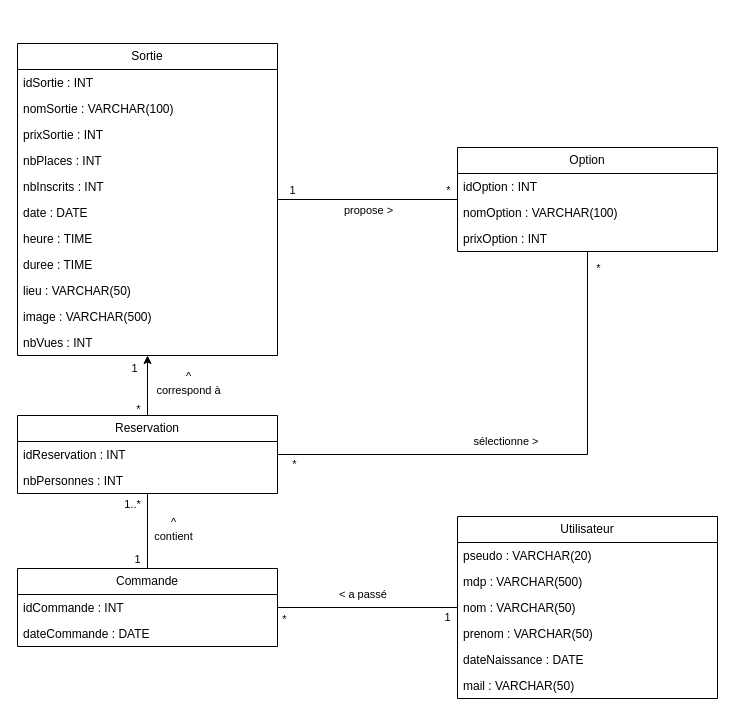
The draw.io diagram doc/baseDeDonnees/Schema_BDD_MySQL.drawio in Garcia-Christophe/TourGo, before the edit. Source tidied: cells renumbered, new cells numbered last; positions are measured from the earlier drawing's top-left corner, leaving out a move shared by most shapes. Both pictures are drawn from the tidied source at 100%, with x=0, y=0 at pixel (17, 43).
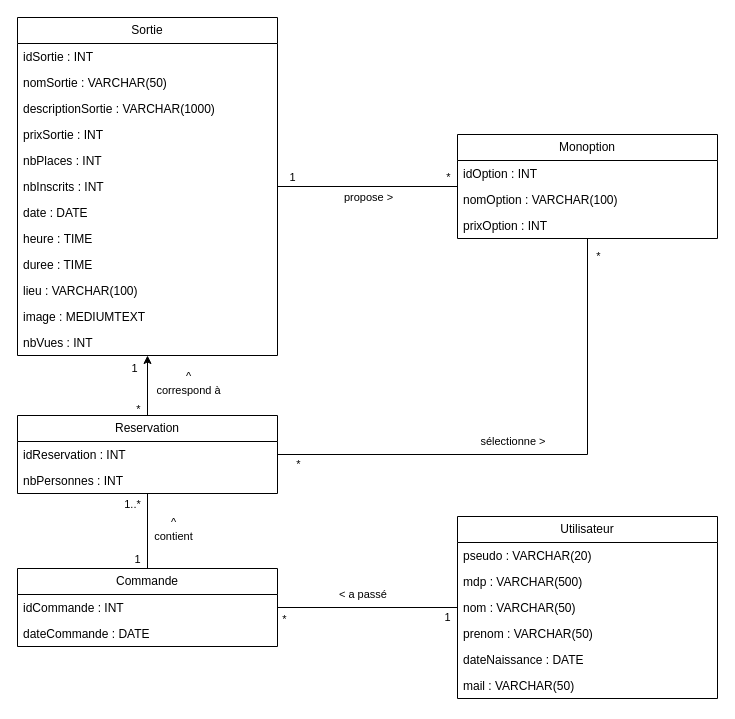
The same page after the edit.

What changed in the source:
```diff
@@
     <mxCell id="6" value="Sortie" style="swimlane;fontStyle=0;horizontal=1;startSize=26;fillColor=none;whiteSpace=wrap;html=1;" parent="1" vertex="1">
-      <mxGeometry width="260" height="312" as="geometry" />
+      <mxGeometry y="-26" width="260" height="338" as="geometry" />
     </mxCell>
@@
+    <mxCell id="51" value="nomSortie : VARCHAR(50)" style="text;strokeColor=none;fillColor=none;align=left;verticalAlign=top;spacingLeft=4;spacingRight=4;overflow=hidden;whiteSpace=wrap;html=1;" parent="6" vertex="1">
+      <mxGeometry y="52" width="260" height="26" as="geometry" />
+    </mxCell>
-    <mxCell id="8" value="nomSortie : VARCHAR(100)" style="text;strokeColor=none;fillColor=none;align=left;verticalAlign=top;spacingLeft=4;spacingRight=4;overflow=hidden;whiteSpace=wrap;html=1;" parent="6" vertex="1">
-      <mxGeometry y="52" width="260" height="26" as="geometry" />
+    <mxCell id="8" value="descriptionSortie : VARCHAR(1000)" style="text;strokeColor=none;fillColor=none;align=left;verticalAlign=top;spacingLeft=4;spacingRight=4;overflow=hidden;whiteSpace=wrap;html=1;" parent="6" vertex="1">
+      <mxGeometry y="78" width="260" height="26" as="geometry" />
     </mxCell>
     <mxCell id="9" value="prixSortie : INT" style="text;strokeColor=none;fillColor=none;align=left;verticalAlign=top;spacingLeft=4;spacingRight=4;overflow=hidden;whiteSpace=wrap;html=1;" parent="6" vertex="1">
-      <mxGeometry y="78" width="260" height="26" as="geometry" />
+      <mxGeometry y="104" width="260" height="26" as="geometry" />
     </mxCell>
     <mxCell id="10" value="nbPlaces : INT" style="text;strokeColor=none;fillColor=none;align=left;verticalAlign=top;spacingLeft=4;spacingRight=4;overflow=hidden;whiteSpace=wrap;html=1;" parent="6" vertex="1">
-      <mxGeometry y="104" width="260" height="26" as="geometry" />
+      <mxGeometry y="130" width="260" height="26" as="geometry" />
     </mxCell>
     <mxCell id="11" value="nbInscrits : INT" style="text;strokeColor=none;fillColor=none;align=left;verticalAlign=top;spacingLeft=4;spacingRight=4;overflow=hidden;whiteSpace=wrap;html=1;" parent="6" vertex="1">
-      <mxGeometry y="130" width="260" height="26" as="geometry" />
+      <mxGeometry y="156" width="260" height="26" as="geometry" />
     </mxCell>
     <mxCell id="12" value="date : DATE" style="text;strokeColor=none;fillColor=none;align=left;verticalAlign=top;spacingLeft=4;spacingRight=4;overflow=hidden;whiteSpace=wrap;html=1;" parent="6" vertex="1">
-      <mxGeometry y="156" width="260" height="26" as="geometry" />
+      <mxGeometry y="182" width="260" height="26" as="geometry" />
     </mxCell>
     <mxCell id="13" value="heure :&amp;nbsp;TIME" style="text;strokeColor=none;fillColor=none;align=left;verticalAlign=top;spacingLeft=4;spacingRight=4;overflow=hidden;whiteSpace=wrap;html=1;" parent="6" vertex="1">
-      <mxGeometry y="182" width="260" height="26" as="geometry" />
+      <mxGeometry y="208" width="260" height="26" as="geometry" />
     </mxCell>
     <mxCell id="14" value="duree : TIME" style="text;strokeColor=none;fillColor=none;align=left;verticalAlign=top;spacingLeft=4;spacingRight=4;overflow=hidden;whiteSpace=wrap;html=1;" parent="6" vertex="1">
-      <mxGeometry y="208" width="260" height="26" as="geometry" />
+      <mxGeometry y="234" width="260" height="26" as="geometry" />
     </mxCell>
-    <mxCell id="15" value="lieu : VARCHAR(50)" style="text;strokeColor=none;fillColor=none;align=left;verticalAlign=top;spacingLeft=4;spacingRight=4;overflow=hidden;whiteSpace=wrap;html=1;" parent="6" vertex="1">
-      <mxGeometry y="234" width="260" height="26" as="geometry" />
+    <mxCell id="15" value="lieu : VARCHAR(100)" style="text;strokeColor=none;fillColor=none;align=left;verticalAlign=top;spacingLeft=4;spacingRight=4;overflow=hidden;whiteSpace=wrap;html=1;" parent="6" vertex="1">
+      <mxGeometry y="260" width="260" height="26" as="geometry" />
     </mxCell>
-    <mxCell id="16" value="image : VARCHAR(500)" style="text;strokeColor=none;fillColor=none;align=left;verticalAlign=top;spacingLeft=4;spacingRight=4;overflow=hidden;whiteSpace=wrap;html=1;" parent="6" vertex="1">
-      <mxGeometry y="260" width="260" height="26" as="geometry" />
+    <mxCell id="16" value="image : MEDIUMTEXT" style="text;strokeColor=none;fillColor=none;align=left;verticalAlign=top;spacingLeft=4;spacingRight=4;overflow=hidden;whiteSpace=wrap;html=1;" parent="6" vertex="1">
+      <mxGeometry y="286" width="260" height="26" as="geometry" />
     </mxCell>
     <mxCell id="17" value="nbVues : INT" style="text;strokeColor=none;fillColor=none;align=left;verticalAlign=top;spacingLeft=4;spacingRight=4;overflow=hidden;whiteSpace=wrap;html=1;" parent="6" vertex="1">
-      <mxGeometry y="286" width="260" height="26" as="geometry" />
+      <mxGeometry y="312" width="260" height="26" as="geometry" />
     </mxCell>
-    <mxCell id="18" value="Option" style="swimlane;fontStyle=0;horizontal=1;startSize=26;fillColor=none;whiteSpace=wrap;html=1;" parent="1" vertex="1">
-      <mxGeometry x="440" y="104" width="260" height="104" as="geometry" />
+    <mxCell id="18" value="Monoption" style="swimlane;fontStyle=0;horizontal=1;startSize=26;fillColor=none;whiteSpace=wrap;html=1;" parent="1" vertex="1">
+      <mxGeometry x="440" y="91" width="260" height="104" as="geometry" />
     </mxCell>
```
